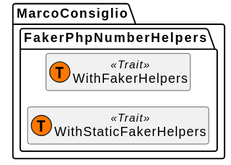
Above: docs/html/graphs/classes.svg in MarcoConsiglio/faker-php-number-helpers (PlantUML), before the change.
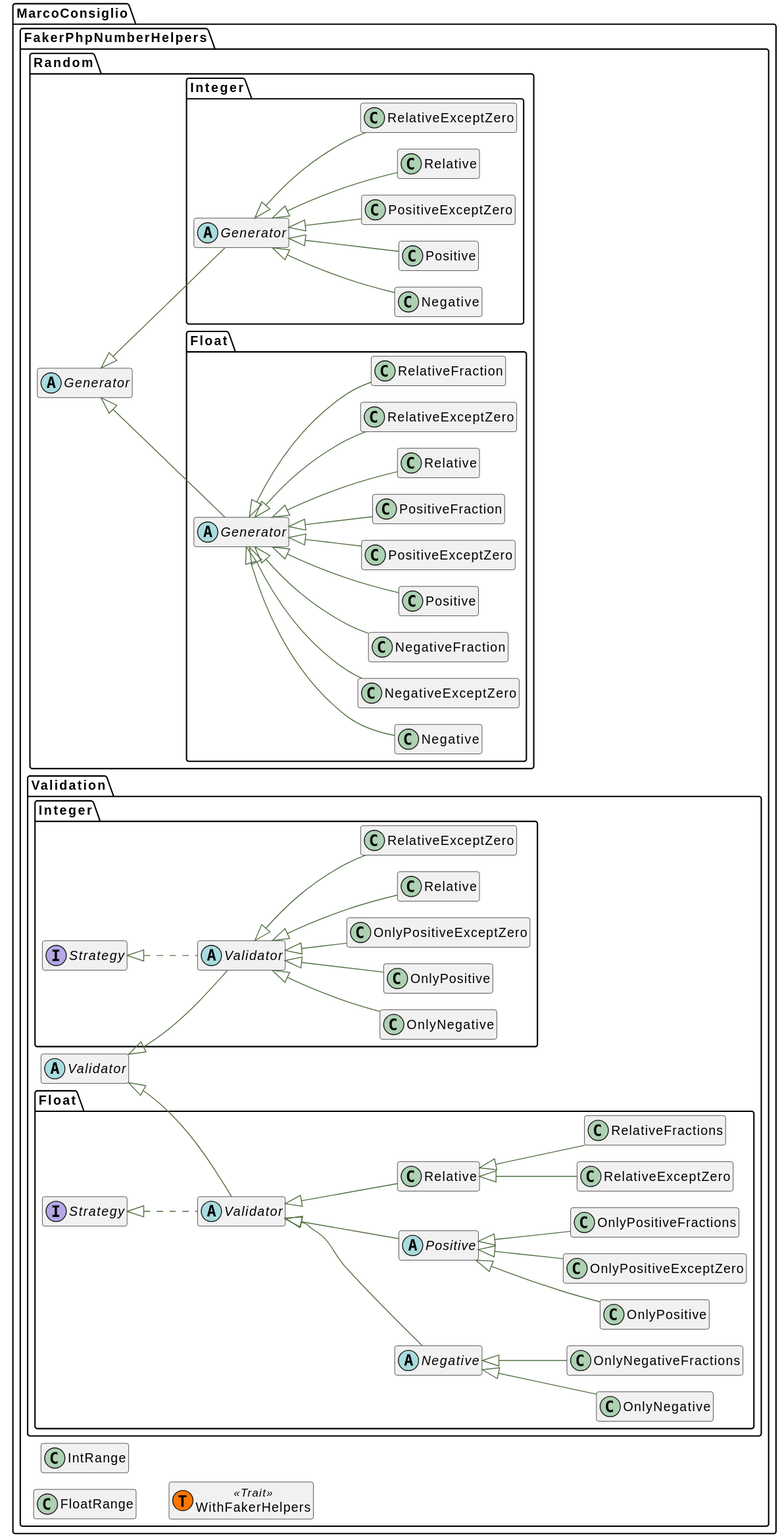
Above is the later version.

What changed in the source:
```diff
@@ -14,11 +14,163 @@
 set namespaceSeparator \\
 
 namespace MarcoConsiglio\\FakerPhpNumberHelpers {
+     class "FloatRange" as FloatRange__class    {
+    }
+}
+namespace MarcoConsiglio\\FakerPhpNumberHelpers {
+     class "IntRange" as IntRange__class    {
+    }
+}
+namespace MarcoConsiglio\\FakerPhpNumberHelpers {
     class "WithFakerHelpers"  as WithFakerHelpers__trait << (T,#FF7700) Trait >> {
     }
 }
-namespace MarcoConsiglio\\FakerPhpNumberHelpers {
-    class "WithStaticFakerHelpers"  as WithStaticFakerHelpers__trait << (T,#FF7700) Trait >> {
+namespace MarcoConsiglio\\FakerPhpNumberHelpers\\Random {
+    abstract  class "Generator" as Generator__class    {
+    }
+}
+namespace MarcoConsiglio\\FakerPhpNumberHelpers\\Random\\Float {
+    abstract  class "Generator" as Generator__class   extends \\MarcoConsiglio\\FakerPhpNumberHelpers\\Random\\Generator__class  {
+    }
+}
+namespace MarcoConsiglio\\FakerPhpNumberHelpers\\Random\\Float {
+     class "Negative" as Negative__class   extends \\MarcoConsiglio\\FakerPhpNumberHelpers\\Random\\Float\\Generator__class  {
+    }
+}
+namespace MarcoConsiglio\\FakerPhpNumberHelpers\\Random\\Float {
+     class "NegativeExceptZero" as NegativeExceptZero__class   extends \\MarcoConsiglio\\FakerPhpNumberHelpers\\Random\\Float\\Generator__class  {
+    }
+}
+namespace MarcoConsiglio\\FakerPhpNumberHelpers\\Random\\Float {
+     class "NegativeFraction" as NegativeFraction__class   extends \\MarcoConsiglio\\FakerPhpNumberHelpers\\Random\\Float\\Generator__class  {
+    }
+}
+namespace MarcoConsiglio\\FakerPhpNumberHelpers\\Random\\Float {
+     class "Positive" as Positive__class   extends \\MarcoConsiglio\\FakerPhpNumberHelpers\\Random\\Float\\Generator__class  {
+    }
+}
+namespace MarcoConsiglio\\FakerPhpNumberHelpers\\Random\\Float {
+     class "PositiveExceptZero" as PositiveExceptZero__class   extends \\MarcoConsiglio\\FakerPhpNumberHelpers\\Random\\Float\\Generator__class  {
+    }
+}
+namespace MarcoConsiglio\\FakerPhpNumberHelpers\\Random\\Float {
+     class "PositiveFraction" as PositiveFraction__class   extends \\MarcoConsiglio\\FakerPhpNumberHelpers\\Random\\Float\\Generator__class  {
+    }
+}
+namespace MarcoConsiglio\\FakerPhpNumberHelpers\\Random\\Float {
+     class "Relative" as Relative__class   extends \\MarcoConsiglio\\FakerPhpNumberHelpers\\Random\\Float\\Generator__class  {
+    }
+}
+namespace MarcoConsiglio\\FakerPhpNumberHelpers\\Random\\Float {
+     class "RelativeExceptZero" as RelativeExceptZero__class   extends \\MarcoConsiglio\\FakerPhpNumberHelpers\\Random\\Float\\Generator__class  {
+    }
+}
+namespace MarcoConsiglio\\FakerPhpNumberHelpers\\Random\\Float {
+     class "RelativeFraction" as RelativeFraction__class   extends \\MarcoConsiglio\\FakerPhpNumberHelpers\\Random\\Float\\Generator__class  {
+    }
+}
+namespace MarcoConsiglio\\FakerPhpNumberHelpers\\Random\\Integer {
+    abstract  class "Generator" as Generator__class   extends \\MarcoConsiglio\\FakerPhpNumberHelpers\\Random\\Generator__class  {
+    }
+}
+namespace MarcoConsiglio\\FakerPhpNumberHelpers\\Random\\Integer {
+     class "Negative" as Negative__class   extends \\MarcoConsiglio\\FakerPhpNumberHelpers\\Random\\Integer\\Generator__class  {
+    }
+}
+namespace MarcoConsiglio\\FakerPhpNumberHelpers\\Random\\Integer {
+     class "Positive" as Positive__class   extends \\MarcoConsiglio\\FakerPhpNumberHelpers\\Random\\Integer\\Generator__class  {
+    }
+}
+namespace MarcoConsiglio\\FakerPhpNumberHelpers\\Random\\Integer {
+     class "PositiveExceptZero" as PositiveExceptZero__class   extends \\MarcoConsiglio\\FakerPhpNumberHelpers\\Random\\Integer\\Generator__class  {
+    }
+}
+namespace MarcoConsiglio\\FakerPhpNumberHelpers\\Random\\Integer {
+     class "Relative" as Relative__class   extends \\MarcoConsiglio\\FakerPhpNumberHelpers\\Random\\Integer\\Generator__class  {
+    }
+}
+namespace MarcoConsiglio\\FakerPhpNumberHelpers\\Random\\Integer {
+     class "RelativeExceptZero" as RelativeExceptZero__class   extends \\MarcoConsiglio\\FakerPhpNumberHelpers\\Random\\Integer\\Generator__class  {
+    }
+}
+namespace MarcoConsiglio\\FakerPhpNumberHelpers\\Validation {
+    abstract  class "Validator" as Validator__class    {
+    }
+}
+namespace MarcoConsiglio\\FakerPhpNumberHelpers\\Validation\\Float {
+    interface "Strategy" as Strategy__interface  {
+    }
+}
+namespace MarcoConsiglio\\FakerPhpNumberHelpers\\Validation\\Float {
+    abstract  class "Validator" as Validator__class   extends \\MarcoConsiglio\\FakerPhpNumberHelpers\\Validation\\Validator__class  implements \\MarcoConsiglio\\FakerPhpNumberHelpers\\Validation\\Float\\Strategy__interface {
+    }
+}
+namespace MarcoConsiglio\\FakerPhpNumberHelpers\\Validation\\Float {
+    abstract  class "Negative" as Negative__class   extends \\MarcoConsiglio\\FakerPhpNumberHelpers\\Validation\\Float\\Validator__class  {
+    }
+}
+namespace MarcoConsiglio\\FakerPhpNumberHelpers\\Validation\\Float {
+     class "OnlyNegative" as OnlyNegative__class   extends \\MarcoConsiglio\\FakerPhpNumberHelpers\\Validation\\Float\\Negative__class  {
+    }
+}
+namespace MarcoConsiglio\\FakerPhpNumberHelpers\\Validation\\Float {
+     class "OnlyNegativeFractions" as OnlyNegativeFractions__class   extends \\MarcoConsiglio\\FakerPhpNumberHelpers\\Validation\\Float\\Negative__class  {
+    }
+}
+namespace MarcoConsiglio\\FakerPhpNumberHelpers\\Validation\\Float {
+    abstract  class "Positive" as Positive__class   extends \\MarcoConsiglio\\FakerPhpNumberHelpers\\Validation\\Float\\Validator__class  {
+    }
+}
+namespace MarcoConsiglio\\FakerPhpNumberHelpers\\Validation\\Float {
+     class "OnlyPositive" as OnlyPositive__class   extends \\MarcoConsiglio\\FakerPhpNumberHelpers\\Validation\\Float\\Positive__class  {
+    }
+}
+namespace MarcoConsiglio\\FakerPhpNumberHelpers\\Validation\\Float {
+     class "OnlyPositiveExceptZero" as OnlyPositiveExceptZero__class   extends \\MarcoConsiglio\\FakerPhpNumberHelpers\\Validation\\Float\\Positive__class  {
+    }
+}
+namespace MarcoConsiglio\\FakerPhpNumberHelpers\\Validation\\Float {
+     class "OnlyPositiveFractions" as OnlyPositiveFractions__class   extends \\MarcoConsiglio\\FakerPhpNumberHelpers\\Validation\\Float\\Positive__class  {
+    }
+}
+namespace MarcoConsiglio\\FakerPhpNumberHelpers\\Validation\\Float {
+     class "Relative" as Relative__class   extends \\MarcoConsiglio\\FakerPhpNumberHelpers\\Validation\\Float\\Validator__class  {
+    }
+}
+namespace MarcoConsiglio\\FakerPhpNumberHelpers\\Validation\\Float {
+     class "RelativeExceptZero" as RelativeExceptZero__class   extends \\MarcoConsiglio\\FakerPhpNumberHelpers\\Validation\\Float\\Relative__class  {
+    }
+}
+namespace MarcoConsiglio\\FakerPhpNumberHelpers\\Validation\\Float {
+     class "RelativeFractions" as RelativeFractions__class   extends \\MarcoConsiglio\\FakerPhpNumberHelpers\\Validation\\Float\\Relative__class  {
+    }
+}
+namespace MarcoConsiglio\\FakerPhpNumberHelpers\\Validation\\Integer {
+    interface "Strategy" as Strategy__interface  {
+    }
+}
+namespace MarcoConsiglio\\FakerPhpNumberHelpers\\Validation\\Integer {
+    abstract  class "Validator" as Validator__class   extends \\MarcoConsiglio\\FakerPhpNumberHelpers\\Validation\\Validator__class  implements \\MarcoConsiglio\\FakerPhpNumberHelpers\\Validation\\Integer\\Strategy__interface {
+    }
+}
+namespace MarcoConsiglio\\FakerPhpNumberHelpers\\Validation\\Integer {
+     class "OnlyNegative" as OnlyNegative__class   extends \\MarcoConsiglio\\FakerPhpNumberHelpers\\Validation\\Integer\\Validator__class  {
+    }
+}
+namespace MarcoConsiglio\\FakerPhpNumberHelpers\\Validation\\Integer {
+     class "OnlyPositive" as OnlyPositive__class   extends \\MarcoConsiglio\\FakerPhpNumberHelpers\\Validation\\Integer\\Validator__class  {
+    }
+}
+namespace MarcoConsiglio\\FakerPhpNumberHelpers\\Validation\\Integer {
+     class "OnlyPositiveExceptZero" as OnlyPositiveExceptZero__class   extends \\MarcoConsiglio\\FakerPhpNumberHelpers\\Validation\\Integer\\Validator__class  {
+    }
+}
+namespace MarcoConsiglio\\FakerPhpNumberHelpers\\Validation\\Integer {
+     class "Relative" as Relative__class   extends \\MarcoConsiglio\\FakerPhpNumberHelpers\\Validation\\Integer\\Validator__class  {
+    }
+}
+namespace MarcoConsiglio\\FakerPhpNumberHelpers\\Validation\\Integer {
+     class "RelativeExceptZero" as RelativeExceptZero__class   extends \\MarcoConsiglio\\FakerPhpNumberHelpers\\Validation\\Integer\\Validator__class  {
     }
 }
 @enduml
```
